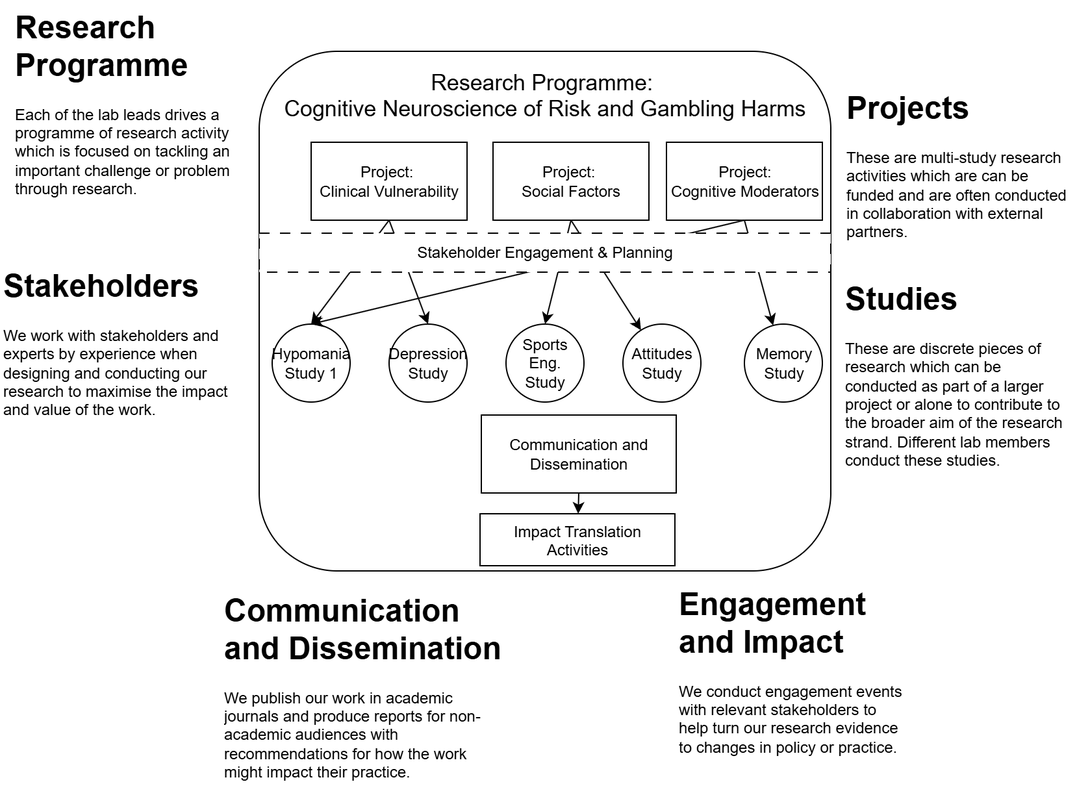
Earlier version of the draw.io export images/gambling_research_prog.png (mindlab-tees/mindlab-tees.github.io). Source tidied: cells renumbered, new cells last; positions are measured from the earlier drawing's top-left corner, leaving out a move shared by most shapes.
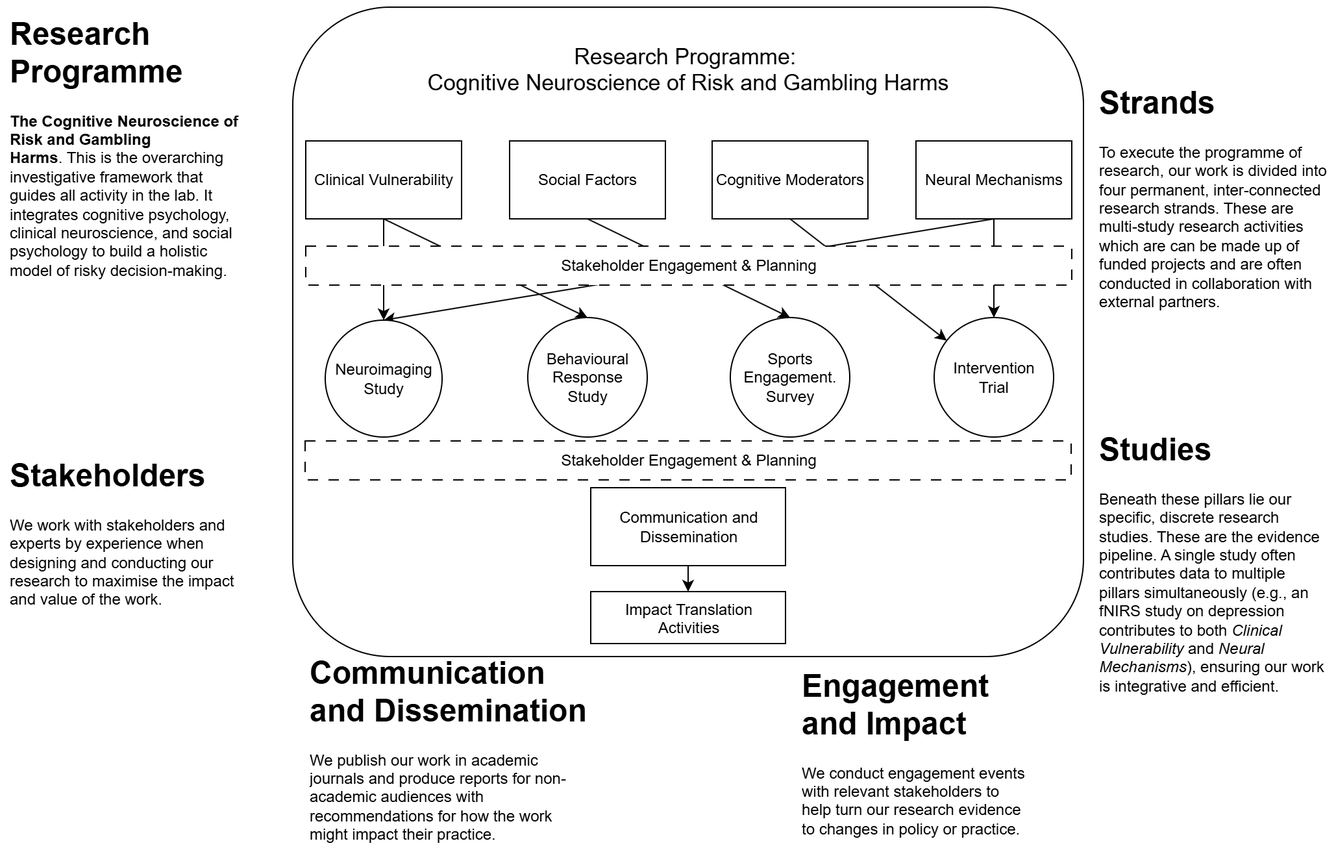
After the change.

The edit, as a diff of the source:
```diff
@@ -3,79 +3,82 @@
     <mxCell id="0" />
     <mxCell id="1" parent="0" />
     <mxCell id="2" value="&lt;h1 style=&quot;margin-top: 0px;&quot;&gt;Engagement and Impact&lt;/h1&gt;&lt;p&gt;We conduct engagement events with relevant stakeholders to help turn our research evidence to changes in policy or practice.&lt;/p&gt;" style="text;html=1;whiteSpace=wrap;overflow=hidden;rounded=0;" parent="1" vertex="1">
-      <mxGeometry x="520" y="444" width="180" height="140" as="geometry" />
+      <mxGeometry x="420" y="511" width="180" height="140" as="geometry" />
     </mxCell>
-    <mxCell id="3" value="&lt;font style=&quot;font-size: 17px;&quot;&gt;Research Programme:&amp;nbsp;&lt;/font&gt;&lt;div&gt;&lt;font style=&quot;font-size: 17px;&quot;&gt;Cognitive Neuroscience of Risk and Gambling Harms&lt;/font&gt;&lt;div&gt;&lt;br&gt;&lt;/div&gt;&lt;div&gt;&lt;br&gt;&lt;/div&gt;&lt;div&gt;&lt;br&gt;&lt;/div&gt;&lt;div&gt;&lt;br&gt;&lt;/div&gt;&lt;div&gt;&lt;br&gt;&lt;/div&gt;&lt;div&gt;&lt;br&gt;&lt;/div&gt;&lt;div&gt;&lt;br&gt;&lt;/div&gt;&lt;div&gt;&lt;br&gt;&lt;/div&gt;&lt;div&gt;&lt;br&gt;&lt;/div&gt;&lt;div&gt;&lt;br&gt;&lt;/div&gt;&lt;div&gt;&lt;br&gt;&lt;/div&gt;&lt;div&gt;&lt;br&gt;&lt;/div&gt;&lt;div&gt;&lt;br&gt;&lt;/div&gt;&lt;div&gt;&lt;br&gt;&lt;/div&gt;&lt;div&gt;&lt;br&gt;&lt;/div&gt;&lt;div&gt;&lt;br&gt;&lt;/div&gt;&lt;div&gt;&lt;br&gt;&lt;/div&gt;&lt;div&gt;&lt;br&gt;&lt;/div&gt;&lt;div&gt;&lt;br&gt;&lt;/div&gt;&lt;div&gt;&lt;br&gt;&lt;/div&gt;&lt;div&gt;&lt;br&gt;&lt;/div&gt;&lt;div&gt;&lt;br&gt;&lt;/div&gt;&lt;div&gt;&lt;br&gt;&lt;/div&gt;&lt;/div&gt;" style="rounded=1;whiteSpace=wrap;html=1;" parent="1" vertex="1">
-      <mxGeometry x="199" y="39" width="440" height="400" as="geometry" />
+    <mxCell id="3" value="&lt;font style=&quot;font-size: 17px;&quot;&gt;Research Programme:&amp;nbsp;&lt;/font&gt;&lt;div&gt;&lt;font style=&quot;font-size: 17px;&quot;&gt;Cognitive Neuroscience of Risk and Gambling Harms&lt;/font&gt;&lt;div&gt;&lt;br&gt;&lt;/div&gt;&lt;div&gt;&lt;br&gt;&lt;/div&gt;&lt;div&gt;&lt;br&gt;&lt;/div&gt;&lt;div&gt;&lt;br&gt;&lt;/div&gt;&lt;div&gt;&lt;br&gt;&lt;/div&gt;&lt;div&gt;&lt;br&gt;&lt;/div&gt;&lt;div&gt;&lt;br&gt;&lt;/div&gt;&lt;div&gt;&lt;br&gt;&lt;/div&gt;&lt;div&gt;&lt;br&gt;&lt;/div&gt;&lt;div&gt;&lt;br&gt;&lt;/div&gt;&lt;div&gt;&lt;br&gt;&lt;/div&gt;&lt;div&gt;&lt;br&gt;&lt;/div&gt;&lt;div&gt;&lt;br&gt;&lt;/div&gt;&lt;div&gt;&lt;br&gt;&lt;/div&gt;&lt;div&gt;&lt;br&gt;&lt;/div&gt;&lt;div&gt;&lt;br&gt;&lt;/div&gt;&lt;div&gt;&lt;br&gt;&lt;/div&gt;&lt;div&gt;&lt;br&gt;&lt;/div&gt;&lt;div&gt;&lt;br&gt;&lt;/div&gt;&lt;div&gt;&lt;br&gt;&lt;/div&gt;&lt;div&gt;&lt;br&gt;&lt;/div&gt;&lt;div&gt;&lt;br&gt;&lt;/div&gt;&lt;div&gt;&lt;br&gt;&lt;/div&gt;&lt;div&gt;&lt;br&gt;&lt;/div&gt;&lt;div&gt;&lt;br&gt;&lt;/div&gt;&lt;div&gt;&lt;br&gt;&lt;/div&gt;&lt;div&gt;&lt;br&gt;&lt;/div&gt;&lt;div&gt;&lt;br&gt;&lt;/div&gt;&lt;/div&gt;" style="rounded=1;whiteSpace=wrap;html=1;" parent="1" vertex="1">
+      <mxGeometry x="30" y="9" width="609" height="500" as="geometry" />
     </mxCell>
-    <mxCell id="4" style="rounded=0;jettySize=auto;html=1;exitX=0.5;exitY=1;exitDx=0;exitDy=0;entryX=0.5;entryY=0;entryDx=0;entryDy=0;" parent="1" edge="1" source="6" target="5">
+    <mxCell id="4" style="rounded=0;jettySize=auto;html=1;exitX=0.5;exitY=1;exitDx=0;exitDy=0;entryX=0.5;entryY=0;entryDx=0;entryDy=0;" parent="1" edge="1" source="5" target="24">
       <mxGeometry relative="1" as="geometry" />
     </mxCell>
-    <mxCell id="5" value="Hypomania&lt;div&gt;Study 1&lt;/div&gt;" style="ellipse;whiteSpace=wrap;html=1;" parent="1" vertex="1">
-      <mxGeometry x="209" y="249" width="60" height="60" as="geometry" />
+    <mxCell id="5" value="&lt;div&gt;&lt;span style=&quot;background-color: transparent; color: light-dark(rgb(0, 0, 0), rgb(255, 255, 255));&quot;&gt;Clinical Vulnerability&lt;/span&gt;&lt;/div&gt;" style="rounded=0;whiteSpace=wrap;html=1;" parent="1" vertex="1">
+      <mxGeometry x="40" y="112" width="120" height="60" as="geometry" />
     </mxCell>
-    <mxCell id="6" value="Project:&amp;nbsp;&lt;div&gt;Clinical Vulnerability&lt;/div&gt;" style="rounded=0;whiteSpace=wrap;html=1;" parent="1" vertex="1">
-      <mxGeometry x="239" y="109" width="120" height="60" as="geometry" />
+    <mxCell id="6" style="rounded=0;jettySize=auto;html=1;exitX=0.5;exitY=1;exitDx=0;exitDy=0;" parent="1" edge="1" source="7" target="15">
+      <mxGeometry relative="1" as="geometry" />
     </mxCell>
-    <mxCell id="7" value="&lt;div&gt;&lt;span style=&quot;background-color: transparent; color: light-dark(rgb(0, 0, 0), rgb(255, 255, 255));&quot;&gt;Depression&lt;/span&gt;&lt;/div&gt;&lt;div&gt;&lt;span style=&quot;background-color: transparent; color: light-dark(rgb(0, 0, 0), rgb(255, 255, 255));&quot;&gt;Study&lt;/span&gt;&lt;/div&gt;" style="ellipse;whiteSpace=wrap;html=1;" parent="1" vertex="1">
-      <mxGeometry x="299" y="249" width="60" height="60" as="geometry" />
+    <mxCell id="7" value="Communication and Dissemination" style="rounded=0;whiteSpace=wrap;html=1;" parent="1" vertex="1">
+      <mxGeometry x="259.5" y="379" width="150" height="60" as="geometry" />
     </mxCell>
-    <mxCell id="8" value="Sports Eng. Study" style="ellipse;whiteSpace=wrap;html=1;" parent="1" vertex="1">
-      <mxGeometry x="389" y="249" width="60" height="60" as="geometry" />
+    <mxCell id="8" style="rounded=0;jettySize=auto;html=1;exitX=0.5;exitY=1;exitDx=0;exitDy=0;entryX=0.5;entryY=0;entryDx=0;entryDy=0;" parent="1" edge="1" source="5" target="25">
+      <mxGeometry relative="1" as="geometry" />
     </mxCell>
-    <mxCell id="9" style="rounded=0;jettySize=auto;html=1;exitX=0.5;exitY=1;exitDx=0;exitDy=0;" parent="1" edge="1" source="10" target="21">
+    <mxCell id="9" style="rounded=0;jettySize=auto;html=1;exitX=0.5;exitY=1;exitDx=0;exitDy=0;entryX=0.5;entryY=0;entryDx=0;entryDy=0;" parent="1" edge="1" source="10" target="26">
       <mxGeometry relative="1" as="geometry" />
     </mxCell>
-    <mxCell id="10" value="Communication and Dissemination" style="rounded=0;whiteSpace=wrap;html=1;" parent="1" vertex="1">
-      <mxGeometry x="370" y="319" width="150" height="60" as="geometry" />
+    <mxCell id="10" value="&lt;div&gt;Social Factors&lt;/div&gt;" style="rounded=0;whiteSpace=wrap;html=1;" parent="1" vertex="1">
+      <mxGeometry x="197" y="112" width="120" height="60" as="geometry" />
     </mxCell>
-    <mxCell id="11" style="rounded=0;jettySize=auto;html=1;exitX=0.5;exitY=1;exitDx=0;exitDy=0;entryX=0.5;entryY=0;entryDx=0;entryDy=0;" parent="1" edge="1" source="6" target="7">
-      <mxGeometry relative="1" as="geometry" />
+    <mxCell id="11" value="&lt;h1 style=&quot;margin-top: 0px;&quot;&gt;Strands&lt;/h1&gt;&lt;p&gt;To execute the programme of research, our work is divided into four permanent, inter-connected research strands. These are multi-study research activities which are can be made up of funded projects and are often conducted in collaboration with external partners.&amp;nbsp;&lt;/p&gt;" style="text;html=1;whiteSpace=wrap;overflow=hidden;rounded=0;" parent="1" vertex="1">
+      <mxGeometry x="649" y="62" width="180" height="187" as="geometry" />
     </mxCell>
-    <mxCell id="12" value="&lt;div&gt;Attitudes Study&lt;/div&gt;" style="ellipse;whiteSpace=wrap;html=1;" parent="1" vertex="1">
-      <mxGeometry x="479" y="249" width="60" height="60" as="geometry" />
+    <mxCell id="12" value="&lt;h1 style=&quot;margin-top: 0px;&quot;&gt;Studies&lt;/h1&gt;&lt;p&gt;Beneath these pillars lie our specific, discrete research studies. These are the evidence pipeline. A single study often contributes data to multiple pillars simultaneously (e.g., an fNIRS study on depression contributes to both &lt;i&gt;Clinical Vulnerability&lt;/i&gt; and &lt;i&gt;Neural Mechanisms&lt;/i&gt;), ensuring our work is integrative and efficient.&lt;/p&gt;" style="text;html=1;whiteSpace=wrap;overflow=hidden;rounded=0;" parent="1" vertex="1">
+      <mxGeometry x="649" y="329" width="180" height="220" as="geometry" />
     </mxCell>
-    <mxCell id="13" value="Memory&lt;div&gt;Study&lt;/div&gt;" style="ellipse;whiteSpace=wrap;html=1;" parent="1" vertex="1">
-      <mxGeometry x="572.5" y="249" width="60" height="60" as="geometry" />
+    <mxCell id="13" value="&lt;h1 style=&quot;margin-top: 0px;&quot;&gt;Stakeholders&lt;/h1&gt;&lt;p&gt;We work with stakeholders and experts by experience when designing and conducting our research to maximise the impact and value of the work.&lt;/p&gt;" style="text;html=1;whiteSpace=wrap;overflow=hidden;rounded=0;" parent="1" vertex="1">
+      <mxGeometry x="-190" y="349" width="180" height="140" as="geometry" />
     </mxCell>
-    <mxCell id="14" style="rounded=0;jettySize=auto;html=1;exitX=0.5;exitY=1;exitDx=0;exitDy=0;entryX=0.5;entryY=0;entryDx=0;entryDy=0;" parent="1" edge="1" source="16" target="8">
-      <mxGeometry relative="1" as="geometry" />
+    <mxCell id="14" value="&lt;h1 style=&quot;margin-top: 0px;&quot;&gt;Research Programme&lt;/h1&gt;&lt;p&gt;&lt;b style=&quot;background-color: transparent; color: light-dark(rgb(0, 0, 0), rgb(255, 255, 255));&quot;&gt;The Cognitive Neuroscience of Risk and Gambling Harms&lt;/b&gt;&lt;span style=&quot;background-color: transparent; color: light-dark(rgb(0, 0, 0), rgb(255, 255, 255));&quot;&gt;.&amp;nbsp;&lt;/span&gt;This is the overarching investigative framework that guides all activity in the lab. It integrates cognitive psychology, clinical neuroscience, and social psychology to build a holistic model of risky decision-making.&lt;/p&gt;" style="text;html=1;whiteSpace=wrap;overflow=hidden;rounded=0;" parent="1" vertex="1">
+      <mxGeometry x="-190" y="9" width="180" height="220" as="geometry" />
     </mxCell>
-    <mxCell id="15" style="rounded=0;jettySize=auto;html=1;exitX=0.5;exitY=1;exitDx=0;exitDy=0;" parent="1" edge="1" source="16" target="12">
-      <mxGeometry relative="1" as="geometry" />
+    <mxCell id="15" value="&lt;span style=&quot;color: rgb(0, 0, 0); font-family: Helvetica; font-size: 12px; font-style: normal; font-variant-ligatures: normal; font-variant-caps: normal; font-weight: 400; letter-spacing: normal; orphans: 2; text-indent: 0px; text-transform: none; widows: 2; word-spacing: 0px; -webkit-text-stroke-width: 0px; white-space: normal; text-decoration-thickness: initial; text-decoration-style: initial; text-decoration-color: initial; float: none; display: inline !important;&quot;&gt;Impact Translation Activities&lt;/span&gt;" style="text;whiteSpace=wrap;html=1;align=center;strokeColor=default;" parent="1" vertex="1">
+      <mxGeometry x="259.5" y="459" width="150" height="40" as="geometry" />
     </mxCell>
-    <mxCell id="16" value="Project:&amp;nbsp;&lt;div&gt;Social Factors&lt;/div&gt;" style="rounded=0;whiteSpace=wrap;html=1;" parent="1" vertex="1">
-      <mxGeometry x="379" y="109" width="120" height="60" as="geometry" />
+    <mxCell id="16" style="edgeStyle=orthogonalEdgeStyle;rounded=0;jettySize=auto;html=1;exitX=0.5;exitY=1;exitDx=0;exitDy=0;entryX=0.5;entryY=0;entryDx=0;entryDy=0;" parent="1" edge="1" source="17" target="27">
+      <mxGeometry relative="1" as="geometry" />
     </mxCell>
-    <mxCell id="17" value="&lt;h1 style=&quot;margin-top: 0px;&quot;&gt;Projects&lt;/h1&gt;&lt;p&gt;These are multi-study research activities which are can be funded and are often conducted in collaboration with external partners.&amp;nbsp;&lt;/p&gt;" style="text;html=1;whiteSpace=wrap;overflow=hidden;rounded=0;" parent="1" vertex="1">
-      <mxGeometry x="649" y="62" width="180" height="120" as="geometry" />
+    <mxCell id="17" value="&lt;div&gt;Neural Mechanisms&lt;/div&gt;" style="rounded=0;whiteSpace=wrap;html=1;" parent="1" vertex="1">
+      <mxGeometry x="510" y="112" width="120" height="60" as="geometry" />
     </mxCell>
-    <mxCell id="18" value="&lt;h1 style=&quot;margin-top: 0px;&quot;&gt;Studies&lt;/h1&gt;&lt;p&gt;These are discrete pieces of research which can be conducted as part of a larger project or alone to contribute to the broader aim of the research strand. Different lab members conduct these studies.&lt;/p&gt;" style="text;html=1;whiteSpace=wrap;overflow=hidden;rounded=0;" parent="1" vertex="1">
-      <mxGeometry x="648" y="209" width="180" height="150" as="geometry" />
+    <mxCell id="18" style="rounded=0;jettySize=auto;html=1;exitX=0.5;exitY=1;exitDx=0;exitDy=0;entryX=0.5;entryY=0;entryDx=0;entryDy=0;" parent="1" edge="1" source="17" target="24">
+      <mxGeometry relative="1" as="geometry" />
     </mxCell>
-    <mxCell id="19" value="&lt;h1 style=&quot;margin-top: 0px;&quot;&gt;Stakeholders&lt;/h1&gt;&lt;p&gt;We work with stakeholders and experts by experience when designing and conducting our research to maximise the impact and value of the work.&lt;/p&gt;" style="text;html=1;whiteSpace=wrap;overflow=hidden;rounded=0;" parent="1" vertex="1">
-      <mxGeometry y="199" width="180" height="140" as="geometry" />
+    <mxCell id="19" style="rounded=0;jettySize=auto;html=1;exitX=0.5;exitY=1;exitDx=0;exitDy=0;" parent="1" edge="1" source="20" target="27">
+      <mxGeometry relative="1" as="geometry" />
     </mxCell>
-    <mxCell id="20" value="&lt;h1 style=&quot;margin-top: 0px;&quot;&gt;Research Programme&lt;/h1&gt;&lt;p&gt;Each of the lab leads drives a programme of research activity which is focused on tackling an important challenge or problem through research.&lt;/p&gt;" style="text;html=1;whiteSpace=wrap;overflow=hidden;rounded=0;" parent="1" vertex="1">
-      <mxGeometry x="9" width="180" height="160" as="geometry" />
+    <mxCell id="20" value="&lt;div&gt;Cognitive Moderators&lt;/div&gt;" style="rounded=0;whiteSpace=wrap;html=1;" parent="1" vertex="1">
+      <mxGeometry x="353" y="112" width="120" height="60" as="geometry" />
     </mxCell>
-    <mxCell id="21" value="&lt;span style=&quot;color: rgb(0, 0, 0); font-family: Helvetica; font-size: 12px; font-style: normal; font-variant-ligatures: normal; font-variant-caps: normal; font-weight: 400; letter-spacing: normal; orphans: 2; text-indent: 0px; text-transform: none; widows: 2; word-spacing: 0px; -webkit-text-stroke-width: 0px; white-space: normal; text-decoration-thickness: initial; text-decoration-style: initial; text-decoration-color: initial; float: none; display: inline !important;&quot;&gt;Impact Translation Activities&lt;/span&gt;" style="text;whiteSpace=wrap;html=1;align=center;strokeColor=default;" parent="1" vertex="1">
-      <mxGeometry x="369" y="395" width="150" height="40" as="geometry" />
+    <mxCell id="21" value="&lt;h1 style=&quot;margin-top: 0px;&quot;&gt;Communication and Dissemination&lt;/h1&gt;&lt;p&gt;We publish our work in academic journals and produce reports for non-academic audiences with recommendations for how the work might impact their practice.&lt;/p&gt;" style="text;html=1;whiteSpace=wrap;overflow=hidden;rounded=0;" parent="1" vertex="1">
+      <mxGeometry x="40.5" y="501" width="220" height="160" as="geometry" />
     </mxCell>
-    <mxCell id="22" style="rounded=0;jettySize=auto;html=1;exitX=0.5;exitY=1;exitDx=0;exitDy=0;" parent="1" edge="1" source="23" target="13">
-      <mxGeometry relative="1" as="geometry" />
+    <mxCell id="22" value="Stakeholder Engagement &amp;amp; Planning" style="rounded=0;whiteSpace=wrap;html=1;fillColor=default;dashed=1;dashPattern=8 8;" parent="1" vertex="1">
+      <mxGeometry x="39.5" y="343" width="590" height="30" as="geometry" />
     </mxCell>
-    <mxCell id="23" value="Project:&lt;div&gt;Cognitive Moderators&lt;/div&gt;" style="rounded=0;whiteSpace=wrap;html=1;" parent="1" vertex="1">
-      <mxGeometry x="512.5" y="109" width="120" height="60" as="geometry" />
+    <mxCell id="23" value="Stakeholder Engagement &amp;amp; Planning" style="rounded=0;whiteSpace=wrap;html=1;fillColor=default;dashed=1;dashPattern=8 8;" parent="1" vertex="1">
+      <mxGeometry x="40" y="193" width="590" height="30" as="geometry" />
     </mxCell>
-    <mxCell id="24" style="rounded=0;jettySize=auto;html=1;exitX=0.5;exitY=1;exitDx=0;exitDy=0;entryX=0.5;entryY=0;entryDx=0;entryDy=0;" parent="1" edge="1" source="23" target="5">
-      <mxGeometry relative="1" as="geometry" />
+    <mxCell id="24" value="Neuroimaging Study" style="ellipse;whiteSpace=wrap;html=1;" parent="1" vertex="1">
+      <mxGeometry x="55" y="250" width="90" height="90" as="geometry" />
     </mxCell>
-    <mxCell id="25" value="Stakeholder Engagement &amp;amp; Planning" style="rounded=0;whiteSpace=wrap;html=1;fillColor=default;dashed=1;dashPattern=8 8;" parent="1" vertex="1">
-      <mxGeometry x="199" y="179" width="440" height="30" as="geometry" />
+    <mxCell id="25" value="&lt;div&gt;Behavioural Response&lt;/div&gt;&lt;div&gt;Study&lt;/div&gt;" style="ellipse;whiteSpace=wrap;html=1;" parent="1" vertex="1">
+      <mxGeometry x="211" y="248" width="92" height="92" as="geometry" />
     </mxCell>
-    <mxCell id="26" value="&lt;h1 style=&quot;margin-top: 0px;&quot;&gt;Communication and Dissemination&lt;/h1&gt;&lt;p&gt;We publish our work in academic journals and produce reports for non-academic audiences with recommendations for how the work might impact their practice.&lt;/p&gt;" style="text;html=1;whiteSpace=wrap;overflow=hidden;rounded=0;" parent="1" vertex="1">
-      <mxGeometry x="170" y="449" width="220" height="160" as="geometry" />
+    <mxCell id="26" value="Sports Engagement. Survey" style="ellipse;whiteSpace=wrap;html=1;" parent="1" vertex="1">
+      <mxGeometry x="367" y="248" width="92" height="92" as="geometry" />
     </mxCell>
+    <mxCell id="27" value="&lt;div&gt;Intervention&lt;/div&gt;&lt;div&gt;Trial&lt;/div&gt;" style="ellipse;whiteSpace=wrap;html=1;" parent="1" vertex="1">
+      <mxGeometry x="524" y="248" width="92" height="92" as="geometry" />
+    </mxCell>
   </root>
 </mxGraphModel>
```
